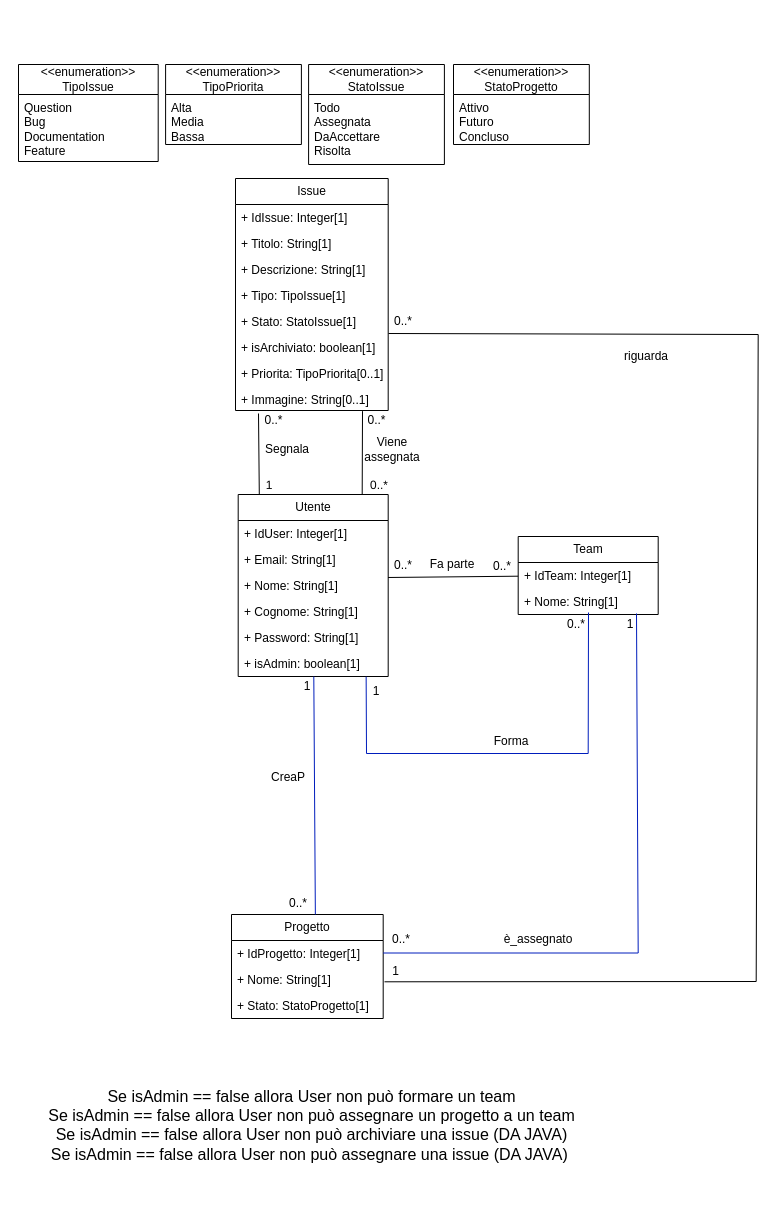
Before: Documentazione/Sezione 3/Diagrammi/UML_Database_Ristrutturato.drawio in kiyx/progetto-swe-2026, a draw.io diagram. Source tidied: cells renumbered, new cells numbered last; positions are measured from the earlier drawing's top-left corner, leaving out a move shared by most shapes. Both pictures are drawn from the tidied source at 100%, with x=0, y=0 at pixel (18, 64).
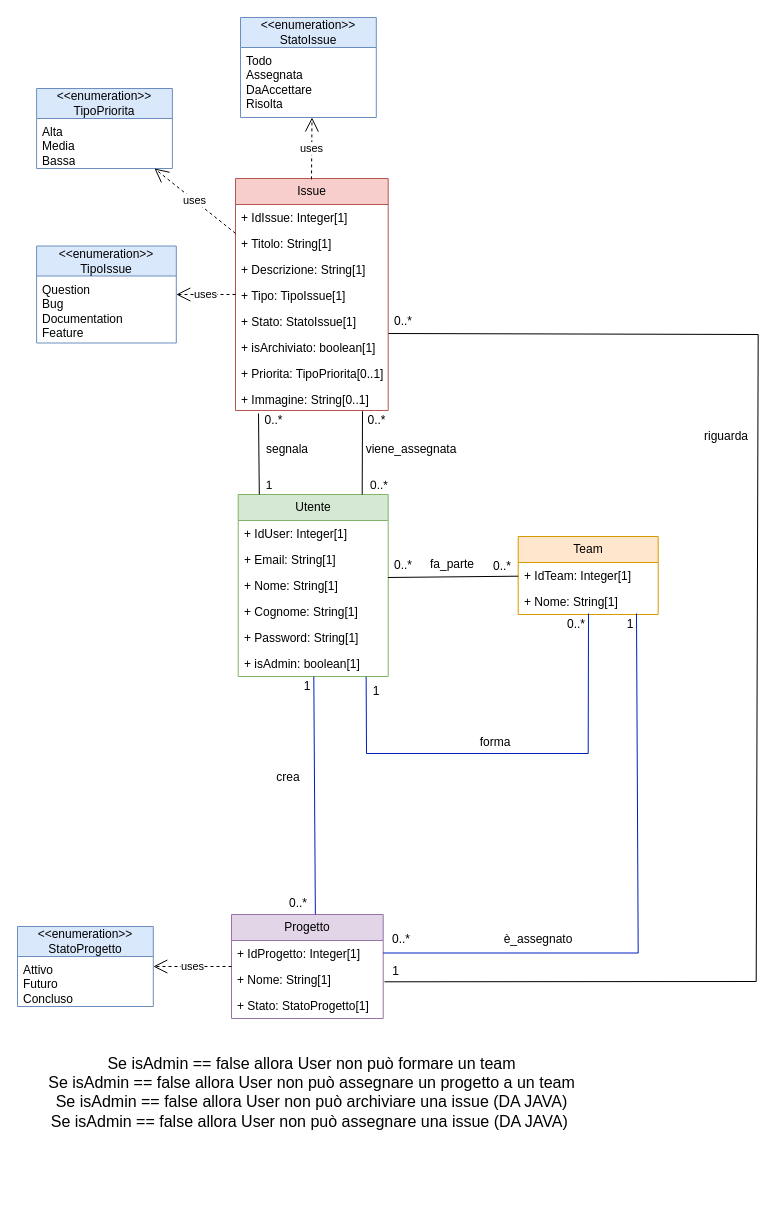
Above is the later version.

Commit message (it also covers changes not shown here):
Add backup files and update UML database diagrams

The change refers to these unchanged cells:
```xml
<mxCell id="8" value="+ isAdmin: boolean[1]" style="text;strokeColor=none;fillColor=none;align=left;verticalAlign=top;spacingLeft=4;spacingRight=4;overflow=hidden;points=[[0,0.5],[1,0.5]];portConstraint=eastwest;whiteSpace=wrap;html=1;" parent="2" vertex="1">
  <mxGeometry y="156" width="150" height="26" as="geometry" />
</mxCell>
```

Change to the diagram source:
```diff
@@
-    <mxCell id="2" value="Utente" style="swimlane;fontStyle=0;horizontal=1;startSize=26;fillColor=none;whiteSpace=wrap;html=1;" parent="1" vertex="1">
+    <mxCell id="2" value="Utente" style="swimlane;fontStyle=0;horizontal=1;startSize=26;fillColor=#d5e8d4;whiteSpace=wrap;html=1;strokeColor=#82b366;" parent="1" vertex="1">
       <mxGeometry x="219.7" y="430" width="150" height="182" as="geometry" />
     </mxCell>
@@
-    <mxCell id="9" value="Team" style="swimlane;fontStyle=0;horizontal=1;startSize=26;fillColor=none;whiteSpace=wrap;html=1;" parent="1" vertex="1">
+    <mxCell id="9" value="Team" style="swimlane;fontStyle=0;horizontal=1;startSize=26;fillColor=#ffe6cc;whiteSpace=wrap;html=1;strokeColor=#d79b00;" parent="1" vertex="1">
       <mxGeometry x="499.7" y="472" width="140" height="78" as="geometry" />
     </mxCell>
@@
     <mxCell id="12" style="endArrow=none;html=1;rounded=0;fillColor=#0050ef;strokeColor=#001DBC;exitX=0.853;exitY=1.008;exitDx=0;exitDy=0;exitPerimeter=0;" parent="1" edge="1" source="8">
       <mxGeometry relative="1" as="geometry">
-        <mxPoint x="570" y="548" as="targetPoint" />
+        <mxPoint x="570" y="549" as="targetPoint" />
         <Array as="points">
           <mxPoint x="348" y="689" />
           <mxPoint x="569.7" y="689" />
         </Array>
       </mxGeometry>
     </mxCell>
@@
-    <mxCell id="15" value="Forma" style="text;html=1;whiteSpace=wrap;strokeColor=none;fillColor=none;align=center;verticalAlign=middle;rounded=0;" parent="1" vertex="1">
-      <mxGeometry x="462.7" y="662" width="60" height="30" as="geometry" />
+    <mxCell id="15" value="forma" style="text;html=1;whiteSpace=wrap;strokeColor=none;fillColor=none;align=center;verticalAlign=middle;rounded=0;" parent="1" vertex="1">
+      <mxGeometry x="447" y="663" width="60" height="30" as="geometry" />
     </mxCell>
-    <mxCell id="16" value="Issue" style="swimlane;fontStyle=0;horizontal=1;startSize=26;fillColor=none;whiteSpace=wrap;html=1;" parent="1" vertex="1">
+    <mxCell id="16" value="Issue" style="swimlane;fontStyle=0;horizontal=1;startSize=26;fillColor=#f8cecc;whiteSpace=wrap;html=1;strokeColor=#b85450;" parent="1" vertex="1">
       <mxGeometry x="217" y="114" width="152.7" height="232" as="geometry" />
     </mxCell>
@@
-    <mxCell id="25" value="&amp;lt;&amp;lt;enumeration&amp;gt;&amp;gt;&lt;div&gt;TipoIssue&lt;/div&gt;" style="swimlane;fontStyle=0;horizontal=1;startSize=30;fillColor=none;whiteSpace=wrap;html=1;" parent="1" vertex="1">
-      <mxGeometry width="139.7" height="97" as="geometry" />
+    <mxCell id="25" value="&amp;lt;&amp;lt;enumeration&amp;gt;&amp;gt;&lt;div&gt;TipoIssue&lt;/div&gt;" style="swimlane;fontStyle=0;horizontal=1;startSize=30;fillColor=#dae8fc;whiteSpace=wrap;html=1;strokeColor=#6c8ebf;" parent="1" vertex="1">
+      <mxGeometry x="18.1" y="181.5" width="139.7" height="97" as="geometry" />
     </mxCell>
@@
-    <mxCell id="27" value="&amp;lt;&amp;lt;enumeration&amp;gt;&amp;gt;&lt;div&gt;TipoPriorita&lt;/div&gt;" style="swimlane;fontStyle=0;horizontal=1;startSize=30;fillColor=none;whiteSpace=wrap;html=1;" parent="1" vertex="1">
-      <mxGeometry x="147.1" width="135.8" height="80" as="geometry" />
+    <mxCell id="27" value="&amp;lt;&amp;lt;enumeration&amp;gt;&amp;gt;&lt;div&gt;TipoPriorita&lt;/div&gt;" style="swimlane;fontStyle=0;horizontal=1;startSize=30;fillColor=#dae8fc;whiteSpace=wrap;html=1;strokeColor=#6c8ebf;" parent="1" vertex="1">
+      <mxGeometry x="18.1" y="24" width="135.8" height="80" as="geometry" />
     </mxCell>
@@
-    <mxCell id="29" value="&amp;lt;&amp;lt;enumeration&amp;gt;&amp;gt;&lt;div&gt;StatoIssue&lt;/div&gt;" style="swimlane;fontStyle=0;horizontal=1;startSize=30;fillColor=none;whiteSpace=wrap;html=1;" parent="1" vertex="1">
-      <mxGeometry x="290.1" width="135.8" height="100" as="geometry" />
+    <mxCell id="29" value="&amp;lt;&amp;lt;enumeration&amp;gt;&amp;gt;&lt;div&gt;StatoIssue&lt;/div&gt;" style="swimlane;fontStyle=0;horizontal=1;startSize=30;fillColor=#dae8fc;whiteSpace=wrap;html=1;strokeColor=#6c8ebf;" parent="1" vertex="1">
+      <mxGeometry x="222" y="-47" width="135.8" height="100" as="geometry" />
     </mxCell>
@@
-    <mxCell id="31" value="Progetto" style="swimlane;fontStyle=0;horizontal=1;startSize=26;fillColor=none;whiteSpace=wrap;html=1;" parent="1" vertex="1">
+    <mxCell id="31" value="Progetto" style="swimlane;fontStyle=0;horizontal=1;startSize=26;fillColor=#e1d5e7;whiteSpace=wrap;html=1;strokeColor=#9673a6;" parent="1" vertex="1">
       <mxGeometry x="213" y="850" width="151.7" height="104" as="geometry" />
     </mxCell>
@@
-    <mxCell id="42" value="Fa parte" style="text;html=1;whiteSpace=wrap;strokeColor=none;fillColor=none;align=center;verticalAlign=middle;rounded=0;" parent="1" vertex="1">
+    <mxCell id="42" value="fa_parte" style="text;html=1;whiteSpace=wrap;strokeColor=none;fillColor=none;align=center;verticalAlign=middle;rounded=0;" parent="1" vertex="1">
       <mxGeometry x="403.7" y="485" width="60" height="30" as="geometry" />
     </mxCell>
@@
-    <mxCell id="45" value="&amp;lt;&amp;lt;enumeration&amp;gt;&amp;gt;&lt;div&gt;StatoProgetto&lt;/div&gt;" style="swimlane;fontStyle=0;horizontal=1;startSize=30;fillColor=none;whiteSpace=wrap;html=1;" parent="1" vertex="1">
-      <mxGeometry x="435" width="135.8" height="80" as="geometry" />
+    <mxCell id="45" value="&amp;lt;&amp;lt;enumeration&amp;gt;&amp;gt;&lt;div&gt;StatoProgetto&lt;/div&gt;" style="swimlane;fontStyle=0;horizontal=1;startSize=30;fillColor=#dae8fc;whiteSpace=wrap;html=1;strokeColor=#6c8ebf;" parent="1" vertex="1">
+      <mxGeometry x="-1" y="862" width="135.8" height="80" as="geometry" />
     </mxCell>
@@
-    <mxCell id="48" value="Segnala" style="text;html=1;whiteSpace=wrap;strokeColor=none;fillColor=none;align=center;verticalAlign=middle;rounded=0;" parent="1" vertex="1">
+    <mxCell id="48" value="segnala" style="text;html=1;whiteSpace=wrap;strokeColor=none;fillColor=none;align=center;verticalAlign=middle;rounded=0;" parent="1" vertex="1">
       <mxGeometry x="238.7" y="370" width="60" height="30" as="geometry" />
     </mxCell>
@@
-    <mxCell id="56" value="Viene assegnata" style="text;html=1;whiteSpace=wrap;strokeColor=none;fillColor=none;align=center;verticalAlign=middle;rounded=0;" parent="1" vertex="1">
-      <mxGeometry x="343.7" y="370" width="60" height="30" as="geometry" />
+    <mxCell id="56" value="viene_assegnata" style="text;html=1;whiteSpace=wrap;strokeColor=none;fillColor=none;align=center;verticalAlign=middle;rounded=0;" parent="1" vertex="1">
+      <mxGeometry x="363" y="370" width="60" height="30" as="geometry" />
     </mxCell>
@@
-    <mxCell id="58" value="CreaP" style="text;html=1;whiteSpace=wrap;strokeColor=none;fillColor=none;align=center;verticalAlign=middle;rounded=0;" parent="1" vertex="1">
+    <mxCell id="58" value="crea" style="text;html=1;whiteSpace=wrap;strokeColor=none;fillColor=none;align=center;verticalAlign=middle;rounded=0;" parent="1" vertex="1">
       <mxGeometry x="239.7" y="698" width="60" height="30" as="geometry" />
     </mxCell>
@@
     <mxCell id="60" value="riguarda" style="text;strokeColor=none;fillColor=none;align=left;verticalAlign=top;spacingLeft=4;spacingRight=4;overflow=hidden;whiteSpace=wrap;html=1;" parent="1" vertex="1">
-      <mxGeometry x="600" y="278" width="100" height="26" as="geometry" />
+      <mxGeometry x="680" y="358" width="62" height="26" as="geometry" />
     </mxCell>
     <mxCell id="61" value="&lt;div&gt;&lt;font size=&quot;3&quot;&gt;Se isAdmin == false allora User non può formare un team&lt;/font&gt;&lt;/div&gt;&lt;div&gt;&lt;font size=&quot;3&quot;&gt;Se isAdmin == false allora User non può assegnare un progetto a un team&lt;/font&gt;&lt;/div&gt;&lt;div&gt;&lt;div&gt;&lt;font size=&quot;3&quot;&gt;Se isAdmin == false allora User non può archiviare una issue (DA JAVA)&lt;/font&gt;&lt;/div&gt;&lt;/div&gt;&lt;div&gt;&lt;font size=&quot;3&quot;&gt;Se isAdmin == false allora User non può assegnare una issue (DA JAVA)&amp;nbsp;&lt;/font&gt;&lt;/div&gt;&lt;div&gt;&lt;br&gt;&lt;/div&gt;" style="text;html=1;whiteSpace=wrap;strokeColor=none;fillColor=none;align=center;verticalAlign=middle;rounded=0;" parent="1" vertex="1">
-      <mxGeometry x="12.9" y="1010" width="561" height="116" as="geometry" />
+      <mxGeometry x="12.9" y="977" width="561" height="116" as="geometry" />
     </mxCell>
+    <mxCell id="62" value="uses" style="endArrow=open;endSize=12;dashed=1;html=1;rounded=0;" parent="1" edge="1" source="31" target="45">
+      <mxGeometry relative="1" as="geometry" />
+    </mxCell>
+    <mxCell id="63" value="uses" style="endArrow=open;endSize=12;dashed=1;html=1;rounded=0;" parent="1" edge="1" source="16" target="25">
+      <mxGeometry relative="1" as="geometry" />
+    </mxCell>
+    <mxCell id="64" value="uses" style="endArrow=open;endSize=12;dashed=1;html=1;rounded=0;" parent="1" edge="1" source="16" target="27">
+      <mxGeometry relative="1" as="geometry" />
+    </mxCell>
+    <mxCell id="65" value="uses" style="endArrow=open;endSize=12;dashed=1;html=1;rounded=0;exitX=0.622;exitY=0.004;exitDx=0;exitDy=0;exitPerimeter=0;" parent="1" edge="1">
+      <mxGeometry relative="1" as="geometry">
+        <mxPoint x="293" y="114.9" as="sourcePoint" />
+        <mxPoint x="293.5" y="53" as="targetPoint" />
+      </mxGeometry>
+    </mxCell>
```
